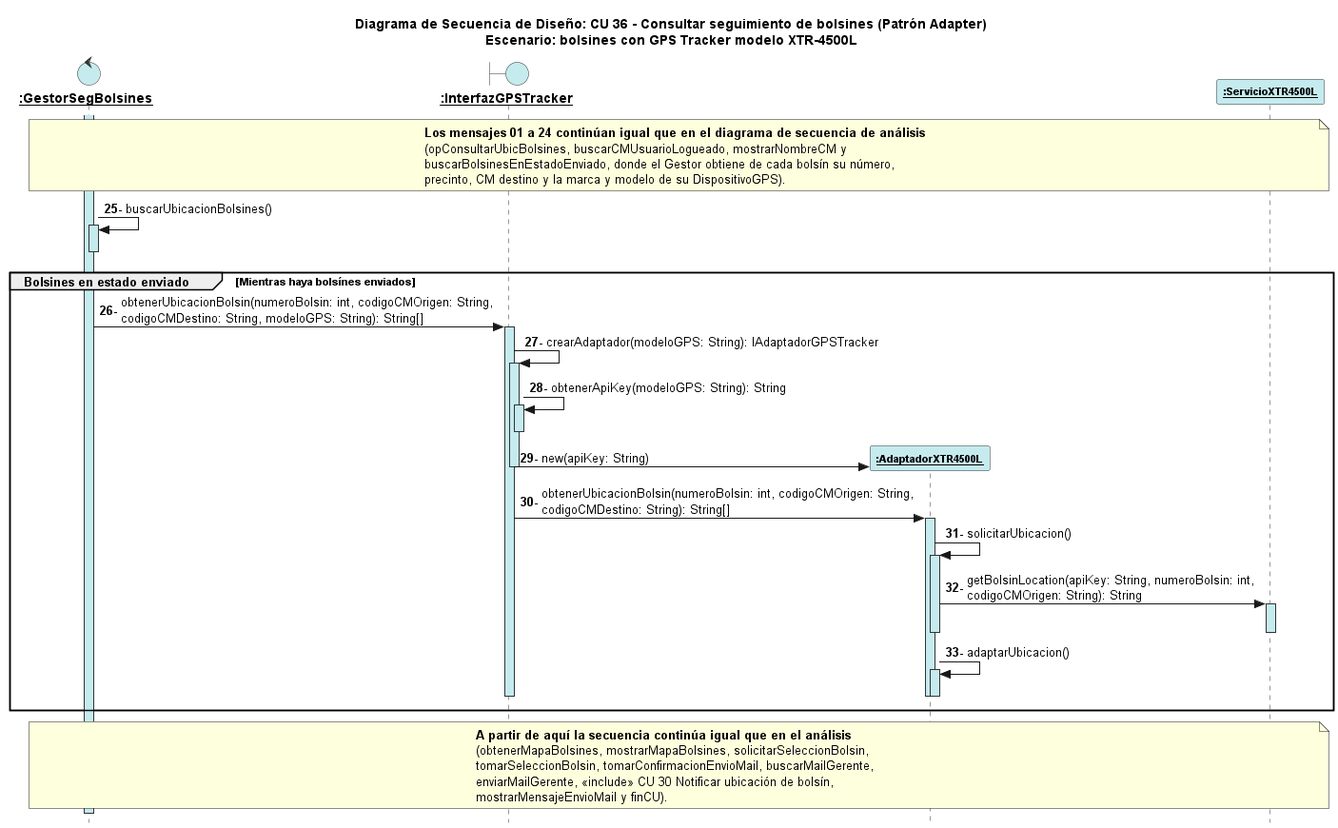
This is out/AplicacionAdapter/Diagrama Secuencia Patron Adapter.png from FabrizioRava/PPAI-2026-Grupo1, a PlantUML export, as it was before one commit. The source it was exported from:
```plantuml
@startuml Diagrama Secuencia Patron Adapter
autonumber 25 "<b>00-"
skinparam style strictuml

skinparam sequence {
    LifeLineBackgroundColor #C5EBEF
    LifeLineBorderColor #333333
    ParticipantBackgroundColor #C5EBEF
    ParticipantBorderColor #333333
    ParticipantFontName Arial
    ParticipantFontSize 11
}

skinparam entityBackgroundColor #C5EBEF
skinparam entityBorderColor #333333
skinparam controlBackgroundColor #C5EBEF
skinparam controlBorderColor #333333
skinparam boundaryBackgroundColor #C5EBEF
skinparam boundaryBorderColor #333333

title Diagrama de Secuencia de Diseño: CU 36 - Consultar seguimiento de bolsines (Patrón Adapter)\nEscenario: bolsines con GPS Tracker modelo XTR-4500L

control "<b><u>:GestorSegBolsines" as G
boundary "<b><u>:InterfazGPSTracker" as GPS
participant "<b><u>:AdaptadorXTR4500L" as A
participant "<b><u>:ServicioXTR4500L" as SX

note over G, SX
  <b>Los mensajes 01 a 24 continúan igual que en el diagrama de secuencia de análisis</b>
  (opConsultarUbicBolsines, buscarCMUsuarioLogueado, mostrarNombreCM y
  buscarBolsinesEnEstadoEnviado, donde el Gestor obtiene de cada bolsín su número,
  precinto, CM destino y la marca y modelo de su DispositivoGPS).
end note

activate G
G -> G ++ : buscarUbicacionBolsines()
deactivate G

group Bolsines en estado enviado [Mientras haya bolsínes enviados]
    G -> GPS ++ : obtenerUbicacionBolsin(numeroBolsin: int, codigoCMOrigen: String,\ncodigoCMDestino: String, modeloGPS: String): String[]

        GPS -> GPS ++ : crearAdaptador(modeloGPS: String): IAdaptadorGPSTracker
            GPS -> GPS ++ : obtenerApiKey(modeloGPS: String): String
            deactivate GPS
            create A
            GPS -> A : new(apiKey: String)
        deactivate GPS

        GPS -> A ++ : obtenerUbicacionBolsin(numeroBolsin: int, codigoCMOrigen: String,\ncodigoCMDestino: String): String[]

            A -> A ++ : solicitarUbicacion()
                A -> SX ++ : getBolsinLocation(apiKey: String, numeroBolsin: int,\ncodigoCMOrigen: String): String
                deactivate SX
            deactivate A

            A -> A ++ : adaptarUbicacion()
            deactivate A

        deactivate A
    deactivate GPS
end

note over G, SX
  <b>A partir de aquí la secuencia continúa igual que en el análisis</b>
  (obtenerMapaBolsines, mostrarMapaBolsines, solicitarSeleccionBolsin,
  tomarSeleccionBolsin, tomarConfirmacionEnvioMail, buscarMailGerente,
  enviarMailGerente, «include» CU 30 Notificar ubicación de bolsín,
  mostrarMensajeEnvioMail y finCU).
end note

deactivate G
@enduml
```
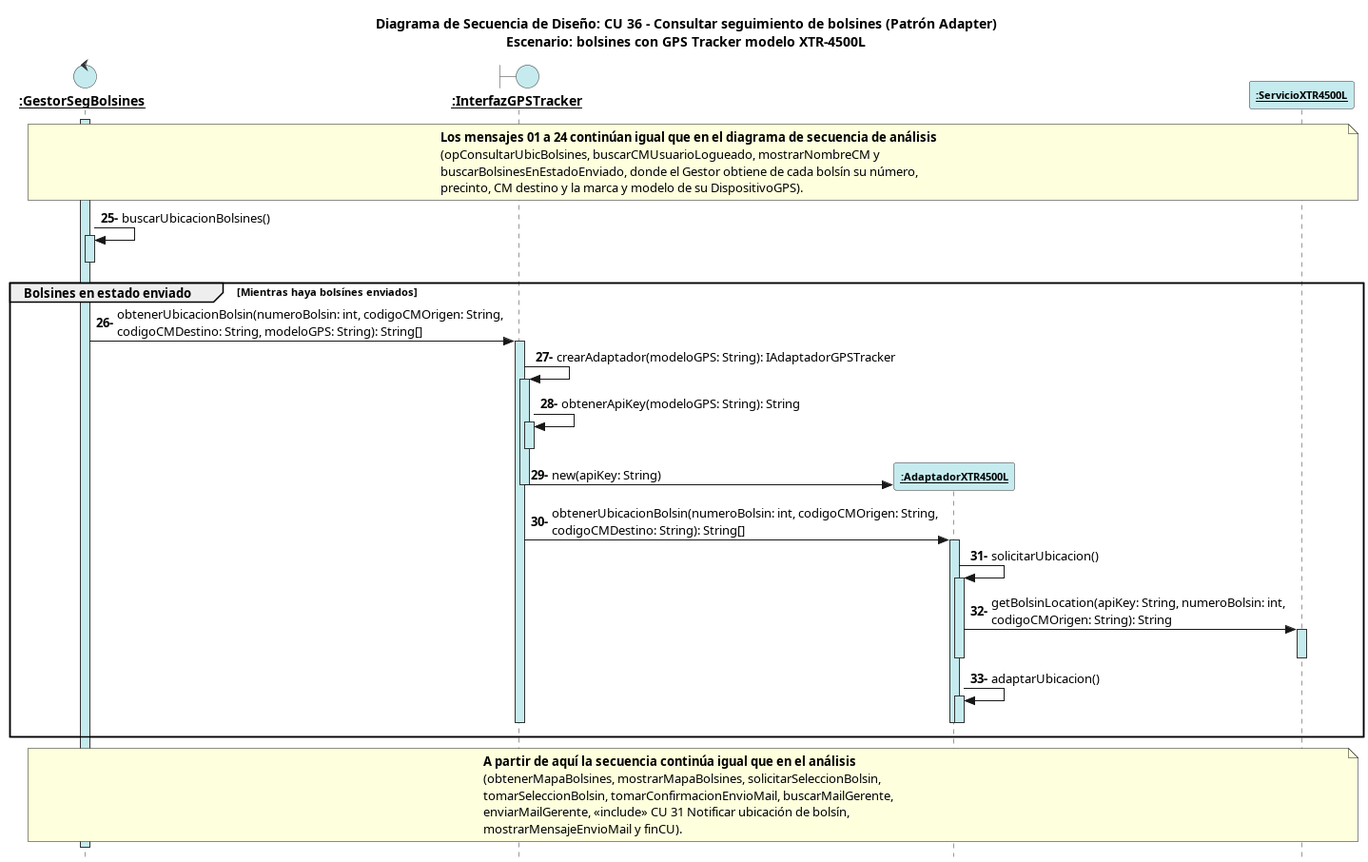
After the commit.

What changed in the source:
```diff
@@ -64,7 +64,7 @@
   <b>A partir de aquí la secuencia continúa igual que en el análisis</b>
   (obtenerMapaBolsines, mostrarMapaBolsines, solicitarSeleccionBolsin,
   tomarSeleccionBolsin, tomarConfirmacionEnvioMail, buscarMailGerente,
-  enviarMailGerente, «include» CU 30 Notificar ubicación de bolsín,
+  enviarMailGerente, «include» CU 31 Notificar ubicación de bolsín,
   mostrarMensajeEnvioMail y finCU).
 end note
 
```
